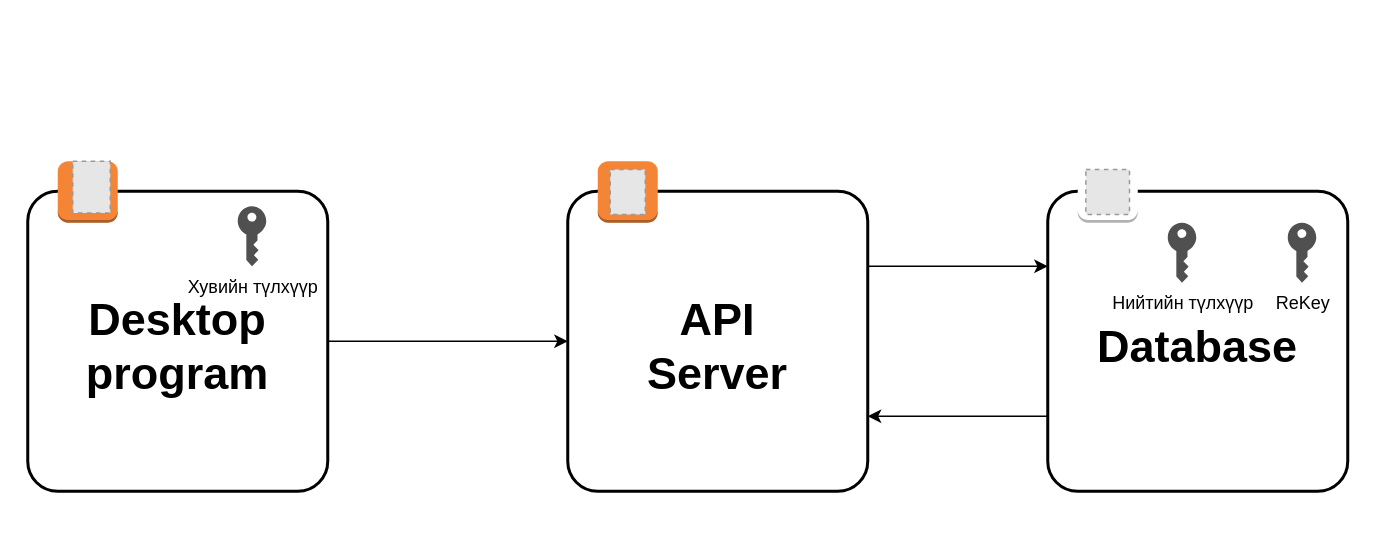
myagmartseren/pre_report keeps this draw.io diagram as draw.io/main_diagram.drawio. Above is the earlier version. Source tidied: cells renumbered, new cells numbered last; positions are measured from the earlier drawing's top-left corner, leaving out a move shared by most shapes. Both pictures are drawn from the tidied source at 150%, with x=0, y=0 at pixel (27, 160). Pictures stored in the file or linked from it are replaced by grey dashed boxes.
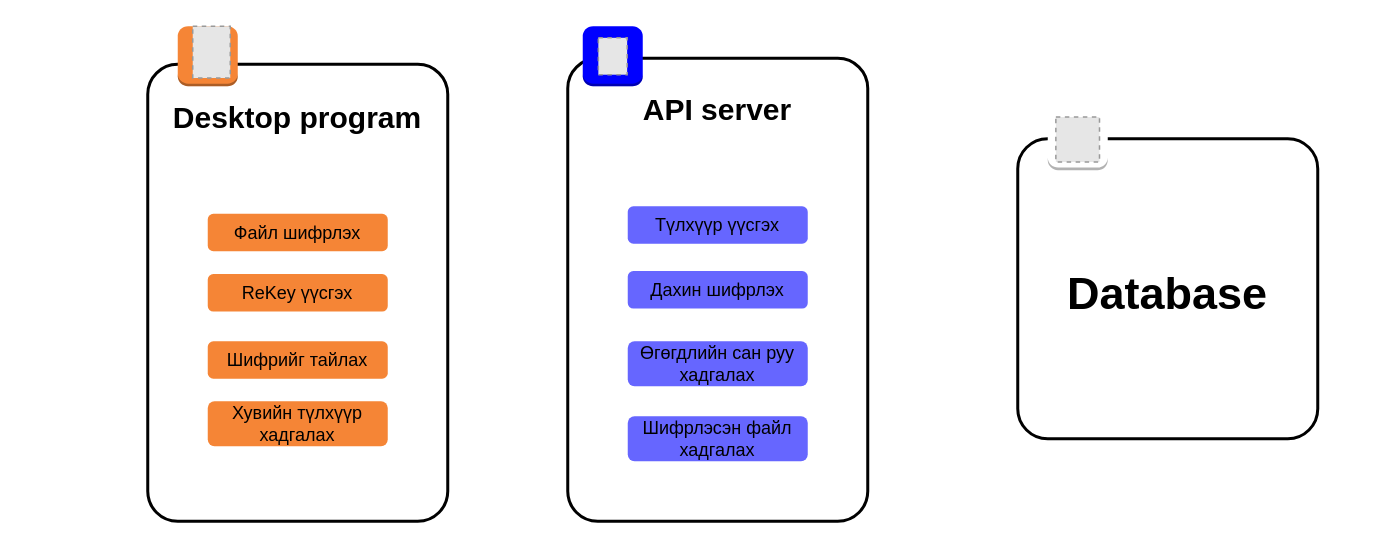
The same page after the edit.

The change refers to these unchanged cells:
```xml
<mxCell id="8" value="Database" style="rounded=1;arcSize=10;dashed=0;fillColor=none;gradientColor=none;strokeWidth=2;fontSize=30;fontStyle=1;" parent="7" vertex="1">
  <mxGeometry y="20" width="200" height="200" as="geometry" />
</mxCell>
```

What changed in the source:
```diff
@@
     <mxCell id="2" style="group;" parent="1" vertex="1">
-      <mxGeometry x="360" width="200" height="220" as="geometry" />
+      <mxGeometry x="360" y="-30" width="205" height="270" as="geometry" />
     </mxCell>
-    <mxCell id="3" value="API&#10;Server" style="rounded=1;arcSize=10;dashed=0;fillColor=none;gradientColor=none;strokeWidth=2;fontSize=30;fontStyle=1;" parent="2" vertex="1">
-      <mxGeometry y="20" width="200" height="200" as="geometry" />
+    <mxCell id="3" style="rounded=1;arcSize=10;dashed=0;fillColor=none;gradientColor=none;strokeWidth=2;fontSize=30;fontStyle=1;" parent="2" vertex="1">
+      <mxGeometry y="-38.6" width="200" height="308.6" as="geometry" />
     </mxCell>
     <mxCell id="4" style="group;" parent="2" vertex="1">
-      <mxGeometry x="20" width="40" height="41" as="geometry" />
+      <mxGeometry x="10" y="-60" width="40" height="40" as="geometry" />
     </mxCell>
-    <mxCell id="5" style="dashed=0;html=1;shape=mxgraph.aws3.instance;fillColor=#F58536;gradientColor=none;dashed=0;" parent="4" vertex="1">
-      <mxGeometry width="40" height="41" as="geometry" />
+    <mxCell id="5" style="dashed=0;html=1;shape=mxgraph.aws3.instance;fillColor=#0000FF;gradientColor=none;dashed=0;" parent="4" vertex="1">
+      <mxGeometry width="40" height="40" as="geometry" />
     </mxCell>
     <mxCell id="6" style="fillColor=#E6E6E6;strokeColor=#999999;dashed=1;verticalLabelPosition=bottom;labelBackgroundColor=default;verticalAlign=top;" parent="4" vertex="1">
-      <mxGeometry x="8.3" y="5.5" width="23.4" height="30" as="geometry" />
+      <mxGeometry x="10.4" y="7.7" width="19.2" height="24.6" as="geometry" />
     </mxCell>
+    <mxCell id="21" value="&lt;span style=&quot;font-size: 20px;&quot;&gt;&lt;b&gt;API server&lt;/b&gt;&lt;/span&gt;" style="text;strokeColor=none;align=center;fillColor=none;html=1;verticalAlign=middle;whiteSpace=wrap;rounded=0;" parent="2" vertex="1">
+      <mxGeometry x="-5" y="-20" width="210" height="30" as="geometry" />
+    </mxCell>
+    <mxCell id="22" value="Түлхүүр үүсгэх" style="rounded=1;whiteSpace=wrap;html=1;fillColor=#6666FF;strokeColor=none;" parent="2" vertex="1">
+      <mxGeometry x="40" y="60" width="120" height="25" as="geometry" />
+    </mxCell>
+    <mxCell id="23" value="Дахин шифрлэх" style="rounded=1;whiteSpace=wrap;html=1;fillColor=#6666FF;strokeColor=none;" parent="2" vertex="1">
+      <mxGeometry x="40" y="103.2" width="120" height="25" as="geometry" />
+    </mxCell>
+    <mxCell id="24" value="Өгөгдлийн сан руу хадгалах" style="rounded=1;whiteSpace=wrap;html=1;fillColor=#6666FF;strokeColor=none;" parent="2" vertex="1">
+      <mxGeometry x="40" y="150" width="120" height="30" as="geometry" />
+    </mxCell>
+    <mxCell id="25" value="Шифрлэсэн файл хадгалах" style="rounded=1;whiteSpace=wrap;html=1;fillColor=#6666FF;strokeColor=none;" parent="2" vertex="1">
+      <mxGeometry x="40" y="200" width="120" height="30" as="geometry" />
+    </mxCell>
     <mxCell id="7" style="group;" parent="1" vertex="1">
-      <mxGeometry x="680" width="200" height="220" as="geometry" />
+      <mxGeometry x="660" y="-35" width="200" height="220" as="geometry" />
     </mxCell>
@@
-    <mxCell id="11" value="ReKey" style="sketch=0;shadow=0;dashed=0;html=1;strokeColor=none;fillColor=#505050;labelPosition=center;verticalLabelPosition=bottom;verticalAlign=top;align=center;shape=mxgraph.office.security.key_permissions;" parent="7" vertex="1">
-      <mxGeometry x="160" y="41" width="19" height="40" as="geometry" />
-    </mxCell>
-    <mxCell id="12" value="Нийтийн түлхүүр" style="sketch=0;shadow=0;dashed=0;html=1;strokeColor=none;fillColor=#505050;labelPosition=center;verticalLabelPosition=bottom;verticalAlign=top;align=center;shape=mxgraph.office.security.key_permissions;" parent="7" vertex="1">
-      <mxGeometry x="80" y="41" width="19" height="40" as="geometry" />
-    </mxCell>
     <mxCell id="13" style="group;" parent="1" vertex="1">
-      <mxGeometry width="200" height="220" as="geometry" />
+      <mxGeometry x="80" y="-90" width="205" height="330" as="geometry" />
     </mxCell>
-    <mxCell id="14" value="Desktop&#10;program" style="rounded=1;arcSize=10;dashed=0;fillColor=none;gradientColor=none;strokeWidth=2;fontSize=30;fontStyle=1;" parent="13" vertex="1">
-      <mxGeometry y="20" width="200" height="200" as="geometry" />
+    <mxCell id="14" style="rounded=1;arcSize=10;dashed=0;fillColor=none;gradientColor=none;strokeWidth=2;fontSize=30;fontStyle=1;" parent="13" vertex="1">
+      <mxGeometry y="25.4" width="200" height="304.6" as="geometry" />
     </mxCell>
     <mxCell id="15" style="dashed=0;html=1;shape=mxgraph.aws3.instance;fillColor=#F58536;gradientColor=none;dashed=0;" parent="13" vertex="1">
-      <mxGeometry x="20" width="40" height="41" as="geometry" />
+      <mxGeometry x="20" width="40" height="40" as="geometry" />
     </mxCell>
@@
-    <mxCell id="17" value="Хувийн түлхүүр" style="sketch=0;shadow=0;dashed=0;html=1;strokeColor=none;fillColor=#505050;labelPosition=center;verticalLabelPosition=bottom;verticalAlign=top;align=center;shape=mxgraph.office.security.key_permissions;" parent="13" vertex="1">
-      <mxGeometry x="140" y="30" width="19" height="40" as="geometry" />
-    </mxCell>
-    <mxCell id="18" style="edgeStyle=orthogonalEdgeStyle;rounded=0;jettySize=auto;html=1;exitX=1;exitY=0.5;exitDx=0;exitDy=0;entryX=0;entryY=0.5;entryDx=0;entryDy=0;" parent="1" edge="1" source="14" target="3">
-      <mxGeometry relative="1" as="geometry" />
-    </mxCell>
-    <mxCell id="19" style="edgeStyle=orthogonalEdgeStyle;rounded=0;jettySize=auto;html=1;exitX=1;exitY=0.25;exitDx=0;exitDy=0;entryX=0;entryY=0.25;entryDx=0;entryDy=0;" parent="1" edge="1" source="3" target="8">
-      <mxGeometry relative="1" as="geometry" />
-    </mxCell>
-    <mxCell id="20" style="edgeStyle=orthogonalEdgeStyle;rounded=0;jettySize=auto;html=1;exitX=0;exitY=0.75;exitDx=0;exitDy=0;entryX=1;entryY=0.75;entryDx=0;entryDy=0;" parent="1" edge="1" source="8" target="3">
-      <mxGeometry relative="1" as="geometry" />
-    </mxCell>
+    <mxCell id="26" value="&lt;b&gt;&lt;font style=&quot;font-size: 20px;&quot;&gt;Desktop program&lt;/font&gt;&lt;/b&gt;" style="text;strokeColor=none;align=center;fillColor=none;html=1;verticalAlign=middle;whiteSpace=wrap;rounded=0;" parent="13" vertex="1">
+      <mxGeometry x="-5" y="45" width="210" height="30" as="geometry" />
+    </mxCell>
+    <mxCell id="27" value="Файл шифрлэх" style="rounded=1;whiteSpace=wrap;html=1;fillColor=#F58536;strokeColor=none;" parent="13" vertex="1">
+      <mxGeometry x="40" y="125" width="120" height="25" as="geometry" />
+    </mxCell>
+    <mxCell id="28" value="Шифрийг тайлах" style="rounded=1;whiteSpace=wrap;html=1;fillColor=#F58536;strokeColor=none;" parent="13" vertex="1">
+      <mxGeometry x="40" y="210" width="120" height="25" as="geometry" />
+    </mxCell>
+    <mxCell id="29" value="ReKey үүсгэх" style="rounded=1;whiteSpace=wrap;html=1;fillColor=#F58536;strokeColor=none;" parent="13" vertex="1">
+      <mxGeometry x="40" y="165.2" width="120" height="25" as="geometry" />
+    </mxCell>
+    <mxCell id="30" value="Хувийн түлхүүр хадгалах" style="rounded=1;whiteSpace=wrap;html=1;fillColor=#F58536;strokeColor=none;" parent="13" vertex="1">
+      <mxGeometry x="40" y="250" width="120" height="30" as="geometry" />
+    </mxCell>
```
